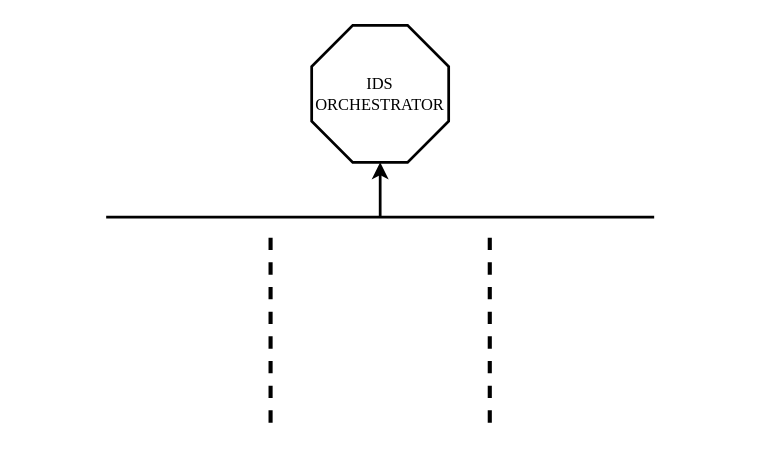
This is assets/Untitled Diagram.drawio from danluke2/software_defined_customization, a draw.io file, before an edit. Source tidied: cells renumbered, new cells numbered last; positions are measured from the earlier drawing's top-left corner, leaving out a move shared by most shapes. Both pictures are drawn from the tidied source at 137%, with x=0, y=0 at pixel (105, 25).
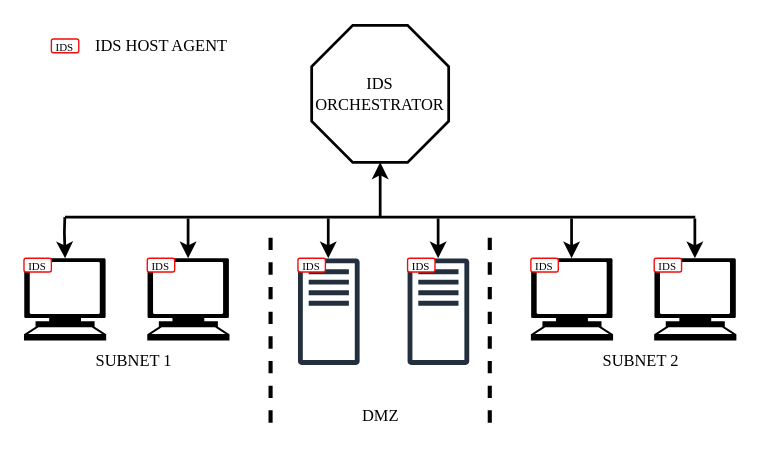
The same diagram, later.

Diff of the diagram source:
```diff
@@
     <mxCell id="3" style="endArrow=none;html=1;rounded=0;strokeWidth=2;" parent="1" edge="1">
       <mxGeometry relative="1" as="geometry">
-        <mxPoint y="140" as="sourcePoint" />
-        <mxPoint x="400" y="140" as="targetPoint" />
+        <mxPoint x="-30" y="140" as="sourcePoint" />
+        <mxPoint x="430" y="140" as="targetPoint" />
       </mxGeometry>
     </mxCell>
@@
+    <mxCell id="7" style="shape=mxgraph.signs.tech.computer;html=1;fillColor=#000000;strokeColor=none;verticalLabelPosition=bottom;verticalAlign=top;align=center;" parent="1" vertex="1">
+      <mxGeometry x="30" y="170" width="60" height="60" as="geometry" />
+    </mxCell>
+    <mxCell id="8" style="shape=mxgraph.signs.tech.computer;html=1;fillColor=#000000;strokeColor=none;verticalLabelPosition=bottom;verticalAlign=top;align=center;" parent="1" vertex="1">
+      <mxGeometry x="-60" y="170" width="60" height="60" as="geometry" />
+    </mxCell>
+    <mxCell id="9" style="endArrow=classic;html=1;rounded=0;entryX=0.421;entryY=-0.019;entryDx=0;entryDy=0;entryPerimeter=0;strokeWidth=2;" parent="1" edge="1">
+      <mxGeometry relative="1" as="geometry">
+        <mxPoint x="-30.2" y="140" as="sourcePoint" />
+        <mxPoint x="-30" y="170" as="targetPoint" />
+        <Array as="points">
+          <mxPoint x="-30.5" y="151.2" />
+        </Array>
+      </mxGeometry>
+    </mxCell>
+    <mxCell id="10" style="endArrow=classic;html=1;rounded=0;entryX=0.421;entryY=-0.019;entryDx=0;entryDy=0;entryPerimeter=0;strokeWidth=2;" parent="1" edge="1">
+      <mxGeometry relative="1" as="geometry">
+        <mxPoint x="59.8" y="141" as="sourcePoint" />
+        <mxPoint x="59.8" y="170" as="targetPoint" />
+      </mxGeometry>
+    </mxCell>
+    <mxCell id="11" value="&lt;font face=&quot;Times New Roman&quot;&gt;SUBNET 1&lt;/font&gt;" style="text;html=1;align=center;verticalAlign=middle;strokeColor=none;fillColor=none;" parent="1" vertex="1">
+      <mxGeometry x="-20" y="230" width="80" height="30" as="geometry" />
+    </mxCell>
+    <mxCell id="12" style="shape=mxgraph.signs.tech.computer;html=1;fillColor=#000000;strokeColor=none;verticalLabelPosition=bottom;verticalAlign=top;align=center;" parent="1" vertex="1">
+      <mxGeometry x="310" y="170" width="60" height="60" as="geometry" />
+    </mxCell>
+    <mxCell id="13" style="shape=mxgraph.signs.tech.computer;html=1;fillColor=#000000;strokeColor=none;verticalLabelPosition=bottom;verticalAlign=top;align=center;" parent="1" vertex="1">
+      <mxGeometry x="400" y="170" width="60" height="60" as="geometry" />
+    </mxCell>
+    <mxCell id="14" style="endArrow=classic;html=1;rounded=0;entryX=0.421;entryY=-0.019;entryDx=0;entryDy=0;entryPerimeter=0;strokeWidth=2;" parent="1" edge="1">
+      <mxGeometry relative="1" as="geometry">
+        <mxPoint x="339.7" y="141" as="sourcePoint" />
+        <mxPoint x="339.7" y="170" as="targetPoint" />
+      </mxGeometry>
+    </mxCell>
+    <mxCell id="15" style="endArrow=classic;html=1;rounded=0;entryX=0.421;entryY=-0.019;entryDx=0;entryDy=0;entryPerimeter=0;strokeWidth=2;" parent="1" edge="1">
+      <mxGeometry relative="1" as="geometry">
+        <mxPoint x="429.7" y="141" as="sourcePoint" />
+        <mxPoint x="429.7" y="170" as="targetPoint" />
+      </mxGeometry>
+    </mxCell>
+    <mxCell id="16" value="&lt;font face=&quot;Times New Roman&quot;&gt;SUBNET 2&lt;/font&gt;" style="text;html=1;align=center;verticalAlign=middle;strokeColor=none;fillColor=none;" parent="1" vertex="1">
+      <mxGeometry x="350" y="230" width="80" height="30" as="geometry" />
+    </mxCell>
+    <mxCell id="17" style="sketch=0;fontColor=#232F3E;gradientColor=none;fillColor=#232F3D;strokeColor=none;dashed=0;verticalLabelPosition=bottom;verticalAlign=top;align=center;html=1;fontSize=12;fontStyle=0;shape=mxgraph.aws4.traditional_server;" parent="1" vertex="1">
+      <mxGeometry x="140" y="170" width="45" height="78" as="geometry" />
+    </mxCell>
+    <mxCell id="18" style="sketch=0;fontColor=#232F3E;gradientColor=none;fillColor=#232F3D;strokeColor=none;dashed=0;verticalLabelPosition=bottom;verticalAlign=top;align=center;html=1;fontSize=12;fontStyle=0;shape=mxgraph.aws4.traditional_server;" parent="1" vertex="1">
+      <mxGeometry x="220" y="170" width="45" height="78" as="geometry" />
+    </mxCell>
+    <mxCell id="19" style="endArrow=classic;html=1;rounded=0;entryX=0.421;entryY=-0.019;entryDx=0;entryDy=0;entryPerimeter=0;strokeWidth=2;" parent="1" edge="1">
+      <mxGeometry relative="1" as="geometry">
+        <mxPoint x="162.1" y="141" as="sourcePoint" />
+        <mxPoint x="162.1" y="170" as="targetPoint" />
+      </mxGeometry>
+    </mxCell>
+    <mxCell id="20" style="endArrow=classic;html=1;rounded=0;entryX=0.421;entryY=-0.019;entryDx=0;entryDy=0;entryPerimeter=0;strokeWidth=2;" parent="1" edge="1">
+      <mxGeometry relative="1" as="geometry">
+        <mxPoint x="242.3" y="141" as="sourcePoint" />
+        <mxPoint x="242.3" y="170" as="targetPoint" />
+      </mxGeometry>
+    </mxCell>
+    <mxCell id="21" value="&lt;font face=&quot;Times New Roman&quot;&gt;DMZ&lt;/font&gt;" style="text;html=1;align=center;verticalAlign=middle;strokeColor=none;fillColor=none;" parent="1" vertex="1">
+      <mxGeometry x="175" y="270" width="50" height="30" as="geometry" />
+    </mxCell>
+    <mxCell id="22" value="&lt;font style=&quot;font-size: 8px;&quot;&gt;IDS&lt;/font&gt;" style="rounded=1;whiteSpace=wrap;html=1;strokeColor=light-dark(#f40b0b, #ededed);fontFamily=Times New Roman;" parent="1" vertex="1">
+      <mxGeometry x="-40" y="10" width="20" height="10" as="geometry" />
+    </mxCell>
+    <mxCell id="23" value="IDS HOST AGENT" style="text;html=1;align=center;verticalAlign=middle;strokeColor=none;fillColor=none;fontFamily=Times New Roman;" parent="1" vertex="1">
+      <mxGeometry x="-20" width="120" height="30" as="geometry" />
+    </mxCell>
+    <mxCell id="24" value="&lt;font style=&quot;font-size: 8px;&quot;&gt;IDS&lt;/font&gt;" style="rounded=1;whiteSpace=wrap;html=1;strokeColor=light-dark(#f40b0b, #ededed);fontFamily=Times New Roman;" parent="1" vertex="1">
+      <mxGeometry x="-60" y="170" width="20" height="10" as="geometry" />
+    </mxCell>
+    <mxCell id="25" value="&lt;font style=&quot;font-size: 8px;&quot;&gt;IDS&lt;/font&gt;" style="rounded=1;whiteSpace=wrap;html=1;strokeColor=light-dark(#f40b0b, #ededed);fontFamily=Times New Roman;" parent="1" vertex="1">
+      <mxGeometry x="30" y="170" width="20" height="10" as="geometry" />
+    </mxCell>
+    <mxCell id="26" value="&lt;font style=&quot;font-size: 8px;&quot;&gt;IDS&lt;/font&gt;" style="rounded=1;whiteSpace=wrap;html=1;strokeColor=light-dark(#f40b0b, #ededed);fontFamily=Times New Roman;" parent="1" vertex="1">
+      <mxGeometry x="140" y="170" width="20" height="10" as="geometry" />
+    </mxCell>
+    <mxCell id="27" value="&lt;font style=&quot;font-size: 8px;&quot;&gt;IDS&lt;/font&gt;" style="rounded=1;whiteSpace=wrap;html=1;strokeColor=light-dark(#f40b0b, #ededed);fontFamily=Times New Roman;" parent="1" vertex="1">
+      <mxGeometry x="220" y="170" width="20" height="10" as="geometry" />
+    </mxCell>
+    <mxCell id="28" value="&lt;font style=&quot;font-size: 8px;&quot;&gt;IDS&lt;/font&gt;" style="rounded=1;whiteSpace=wrap;html=1;strokeColor=light-dark(#f40b0b, #ededed);fontFamily=Times New Roman;" parent="1" vertex="1">
+      <mxGeometry x="310" y="170" width="20" height="10" as="geometry" />
+    </mxCell>
+    <mxCell id="29" value="&lt;font style=&quot;font-size: 8px;&quot;&gt;IDS&lt;/font&gt;" style="rounded=1;whiteSpace=wrap;html=1;strokeColor=light-dark(#f40b0b, #ededed);fontFamily=Times New Roman;" parent="1" vertex="1">
+      <mxGeometry x="400" y="170" width="20" height="10" as="geometry" />
+    </mxCell>
```
